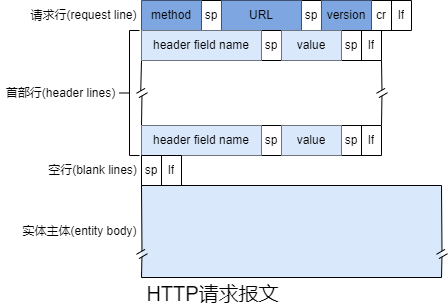
an-die-freude/computer-network-note keeps this draw.io diagram as compute-networking/img/compute-networking_8.png. Above is the earlier version. Source tidied: cells renumbered, new cells last; positions are measured from the earlier drawing's top-left corner, leaving out a move shared by most shapes.
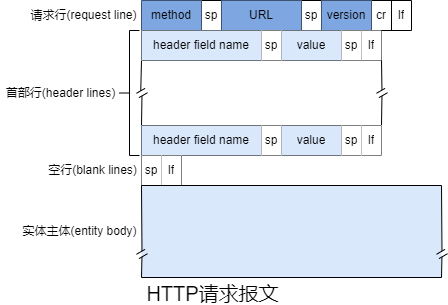
Above is the later version.

Commit message:
compute networking

The edit, as a diff of the source:
```diff
@@ -2,6 +2,9 @@
   <root>
     <mxCell id="0" />
     <mxCell id="1" parent="0" />
+    <mxCell id="50" style="rounded=0;whiteSpace=wrap;html=1;strokeColor=none;" parent="1" vertex="1">
+      <mxGeometry x="141" y="60" width="240" height="65" as="geometry" />
+    </mxCell>
     <mxCell id="2" style="whiteSpace=wrap;html=1;fontFamily=Helvetica;fontSize=12;startSize=0;strokeColor=none;strokeWidth=1;fillColor=#DAE8FC;" parent="1" vertex="1">
       <mxGeometry x="141" y="185" width="300" height="92" as="geometry" />
     </mxCell>
@@ -44,16 +47,16 @@
     <mxCell id="15" value="header field name" style="shape=partialRectangle;html=1;whiteSpace=wrap;overflow=hidden;fillColor=#dae8fc;top=0;left=0;bottom=0;right=0;strokeColor=#6c8ebf;" parent="14" vertex="1">
       <mxGeometry width="120" height="30" as="geometry" />
     </mxCell>
-    <mxCell id="16" value="sp" style="shape=partialRectangle;html=1;whiteSpace=wrap;overflow=hidden;top=0;left=0;bottom=0;right=0;fillColor=none;" parent="14" vertex="1">
+    <mxCell id="16" value="sp" style="shape=partialRectangle;html=1;whiteSpace=wrap;overflow=hidden;top=0;left=0;bottom=0;right=0;fillColor=default;" parent="14" vertex="1">
       <mxGeometry x="120" width="20" height="30" as="geometry" />
     </mxCell>
     <mxCell id="17" value="value" style="shape=partialRectangle;html=1;whiteSpace=wrap;overflow=hidden;fillColor=#dae8fc;top=0;left=0;bottom=0;right=0;strokeColor=#6c8ebf;" parent="14" vertex="1">
       <mxGeometry x="140" width="60" height="30" as="geometry" />
     </mxCell>
-    <mxCell id="18" value="sp" style="shape=partialRectangle;html=1;whiteSpace=wrap;overflow=hidden;top=0;left=0;bottom=0;right=0;fillColor=none;" parent="14" vertex="1">
+    <mxCell id="18" value="sp" style="shape=partialRectangle;html=1;whiteSpace=wrap;overflow=hidden;top=0;left=0;bottom=0;right=0;fillColor=default;" parent="14" vertex="1">
       <mxGeometry x="200" width="20" height="30" as="geometry" />
     </mxCell>
-    <mxCell id="19" value="lf" style="shape=partialRectangle;html=1;whiteSpace=wrap;overflow=hidden;fillColor=none;top=0;left=0;bottom=0;right=0;" parent="14" vertex="1">
+    <mxCell id="19" value="lf" style="shape=partialRectangle;html=1;whiteSpace=wrap;overflow=hidden;fillColor=default;top=0;left=0;bottom=0;right=0;" parent="14" vertex="1">
       <mxGeometry x="220" width="20" height="30" as="geometry" />
     </mxCell>
     <mxCell id="20" style="rounded=0;jettySize=auto;html=1;entryX=0;entryY=0;entryDx=0;entryDy=0;fontFamily=Helvetica;fontSize=12;fontColor=default;endArrow=none;endFill=0;startSize=0;" parent="1" edge="1" source="21" target="25">
@@ -82,28 +85,28 @@
     <mxCell id="27" value="header field name" style="shape=partialRectangle;html=1;whiteSpace=wrap;overflow=hidden;fillColor=#dae8fc;top=0;left=0;bottom=0;right=0;strokeColor=#6c8ebf;" parent="26" vertex="1">
       <mxGeometry width="120" height="30" as="geometry" />
     </mxCell>
-    <mxCell id="28" value="sp" style="shape=partialRectangle;html=1;whiteSpace=wrap;overflow=hidden;top=0;left=0;bottom=0;right=0;fillColor=none;" parent="26" vertex="1">
+    <mxCell id="28" value="sp" style="shape=partialRectangle;html=1;whiteSpace=wrap;overflow=hidden;top=0;left=0;bottom=0;right=0;fillColor=default;" parent="26" vertex="1">
       <mxGeometry x="120" width="20" height="30" as="geometry" />
     </mxCell>
     <mxCell id="29" value="value" style="shape=partialRectangle;html=1;whiteSpace=wrap;overflow=hidden;fillColor=#dae8fc;top=0;left=0;bottom=0;right=0;strokeColor=#6c8ebf;" parent="26" vertex="1">
       <mxGeometry x="140" width="60" height="30" as="geometry" />
     </mxCell>
-    <mxCell id="30" value="sp" style="shape=partialRectangle;html=1;whiteSpace=wrap;overflow=hidden;top=0;left=0;bottom=0;right=0;fillColor=none;" parent="26" vertex="1">
+    <mxCell id="30" value="sp" style="shape=partialRectangle;html=1;whiteSpace=wrap;overflow=hidden;top=0;left=0;bottom=0;right=0;fillColor=default;" parent="26" vertex="1">
       <mxGeometry x="200" width="20" height="30" as="geometry" />
     </mxCell>
-    <mxCell id="31" value="lf" style="shape=partialRectangle;html=1;whiteSpace=wrap;overflow=hidden;fillColor=none;top=0;left=0;bottom=0;right=0;" parent="26" vertex="1">
+    <mxCell id="31" value="lf" style="shape=partialRectangle;html=1;whiteSpace=wrap;overflow=hidden;fillColor=default;top=0;left=0;bottom=0;right=0;" parent="26" vertex="1">
       <mxGeometry x="220" width="20" height="30" as="geometry" />
     </mxCell>
-    <mxCell id="32" style="shape=table;startSize=0;fontFamily=Helvetica;fontSize=12;fontColor=default;strokeColor=default;fillColor=none;" parent="1" vertex="1">
+    <mxCell id="32" style="shape=table;startSize=0;fontFamily=Helvetica;fontSize=12;fontColor=default;strokeColor=default;fillColor=default;" parent="1" vertex="1">
       <mxGeometry x="141" y="155" width="40" height="30" as="geometry" />
     </mxCell>
     <mxCell id="33" style="shape=tableRow;horizontal=0;startSize=0;swimlaneHead=0;swimlaneBody=0;top=0;left=0;bottom=0;right=0;fillColor=none;fontFamily=Helvetica;fontSize=12;fontColor=default;strokeColor=default;" parent="32" vertex="1">
       <mxGeometry width="40" height="30" as="geometry" />
     </mxCell>
-    <mxCell id="34" value="sp" style="shape=partialRectangle;html=1;whiteSpace=wrap;overflow=hidden;fillColor=none;top=0;left=0;bottom=0;right=0;fontFamily=Helvetica;fontSize=12;fontColor=default;startSize=0;strokeColor=default;" parent="33" vertex="1">
+    <mxCell id="34" value="sp" style="shape=partialRectangle;html=1;whiteSpace=wrap;overflow=hidden;fillColor=default;top=0;left=0;bottom=0;right=0;fontFamily=Helvetica;fontSize=12;fontColor=default;startSize=0;strokeColor=default;" parent="33" vertex="1">
       <mxGeometry width="20" height="30" as="geometry" />
     </mxCell>
-    <mxCell id="35" value="lf" style="shape=partialRectangle;html=1;whiteSpace=wrap;overflow=hidden;fillColor=none;top=0;left=0;bottom=0;right=0;fontFamily=Helvetica;fontSize=12;fontColor=default;startSize=0;strokeColor=default;" parent="33" vertex="1">
+    <mxCell id="35" value="lf" style="shape=partialRectangle;html=1;whiteSpace=wrap;overflow=hidden;fillColor=default;top=0;left=0;bottom=0;right=0;fontFamily=Helvetica;fontSize=12;fontColor=default;startSize=0;strokeColor=default;" parent="33" vertex="1">
       <mxGeometry x="20" width="20" height="30" as="geometry" />
     </mxCell>
     <mxCell id="36" style="line;strokeWidth=1;html=1;fontFamily=Helvetica;fontSize=12;fontColor=default;startSize=0;fillColor=none;" parent="1" vertex="1">
```
